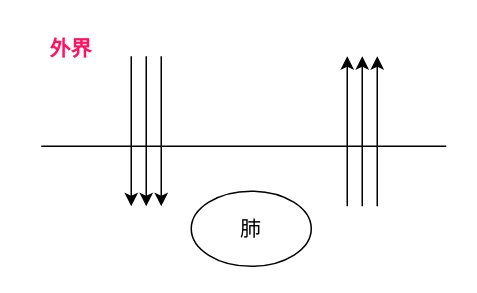
Earlier version of the draw.io diagram 医门推敲叁/中医藏象学说/藏像学说之肺/肺的主要生理功能/肺主呼吸之气.drawio (328507133/chart). Source tidied: cells renumbered, new cells numbered last; positions are measured from the earlier drawing's top-left corner, leaving out a move shared by most shapes. Both pictures are drawn from the tidied source at 150%, with x=0, y=0 at pixel (26, 26).
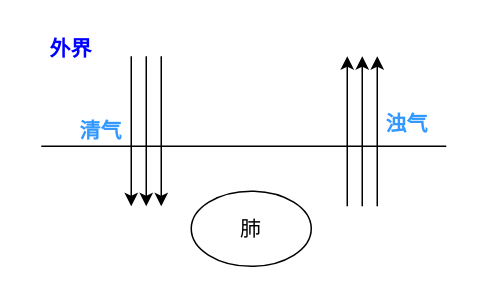
Above is the later version.

Commit message (it also covers changes not shown here):
更新肺主呼吸之气.drawio

The edit, as a diff of the source:
```diff
@@
-    <mxCell id="12" value="外界" style="text;html=1;strokeColor=none;fillColor=none;align=center;verticalAlign=middle;whiteSpace=wrap;rounded=0;fontStyle=1;fontSize=14;fontColor=#FF1261;" parent="1" vertex="1">
+    <mxCell id="12" value="外界" style="text;html=1;strokeColor=none;fillColor=none;align=center;verticalAlign=middle;whiteSpace=wrap;rounded=0;fontStyle=1;fontSize=14;fontColor=#0000FF;" parent="1" vertex="1">
       <mxGeometry width="60" height="30" as="geometry" />
     </mxCell>
+    <mxCell id="13" value="清气" style="text;html=1;strokeColor=none;fillColor=none;align=center;verticalAlign=middle;whiteSpace=wrap;rounded=0;fontStyle=1;fontSize=14;fontColor=#3399FF;" parent="1" vertex="1">
+      <mxGeometry x="20" y="55" width="60" height="30" as="geometry" />
+    </mxCell>
+    <mxCell id="14" value="浊气" style="text;html=1;strokeColor=none;fillColor=none;align=center;verticalAlign=middle;whiteSpace=wrap;rounded=0;fontStyle=1;fontSize=14;fontColor=#3399FF;" parent="1" vertex="1">
+      <mxGeometry x="224" y="50" width="60" height="30" as="geometry" />
+    </mxCell>
```
